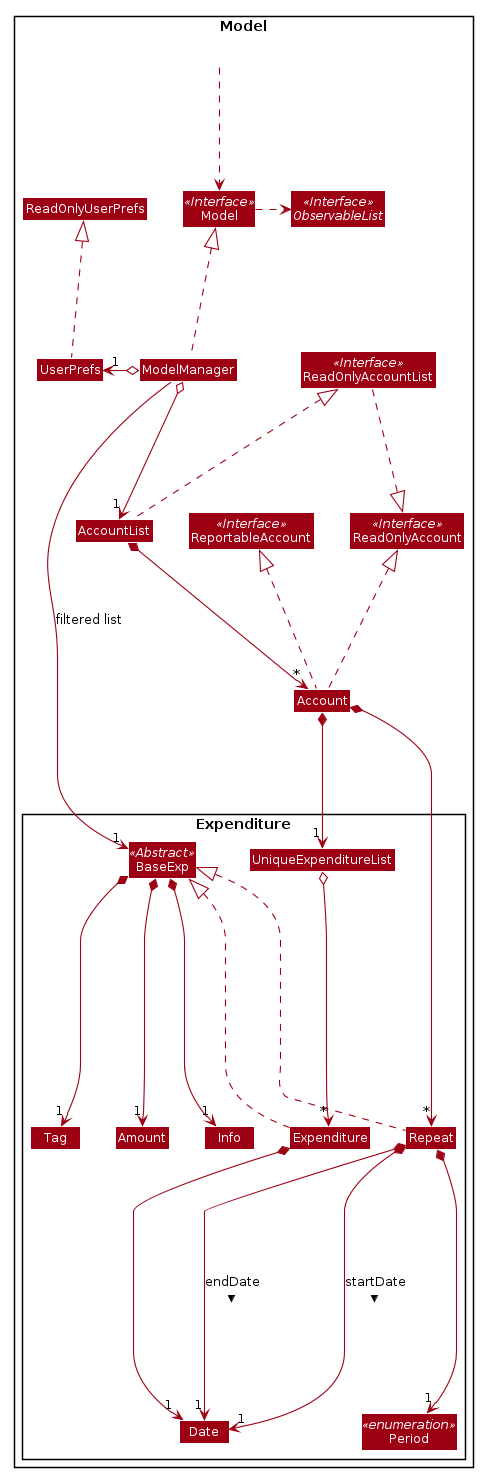
AY1920S2-CS2103T-T10-3/main keeps this PlantUML diagram as images/ModelClassDiagram.png. Above is the earlier version.
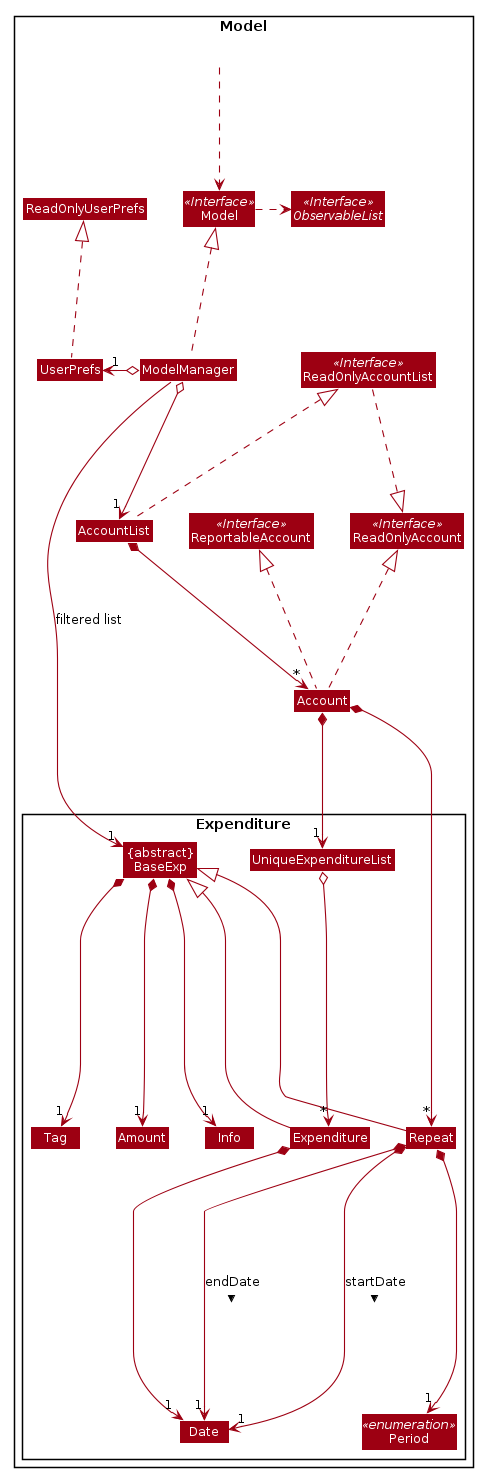
After the change.

Change to the diagram source:
```diff
@@ -66,7 +66,7 @@
 Class ReadOnlyUserPrefs
 
 Package Expenditure {
-Class BaseExp <<Abstract>>
+Class "{abstract}\nBaseExp" as BaseExp
 Class Expenditure
 Class Repeat
 Class Amount
@@ -96,8 +96,8 @@
 Account *--> "*" Repeat
 AccountList *--> "*" Account
 
-Repeat .up.|> BaseExp
-Expenditure .up.|> BaseExp
+Repeat -up-|> BaseExp
+Expenditure -up-|> BaseExp
 UniqueExpenditureList o--> "*" Expenditure
 BaseExp *--> "1" Amount
 BaseExp *--> "1" Tag
```
